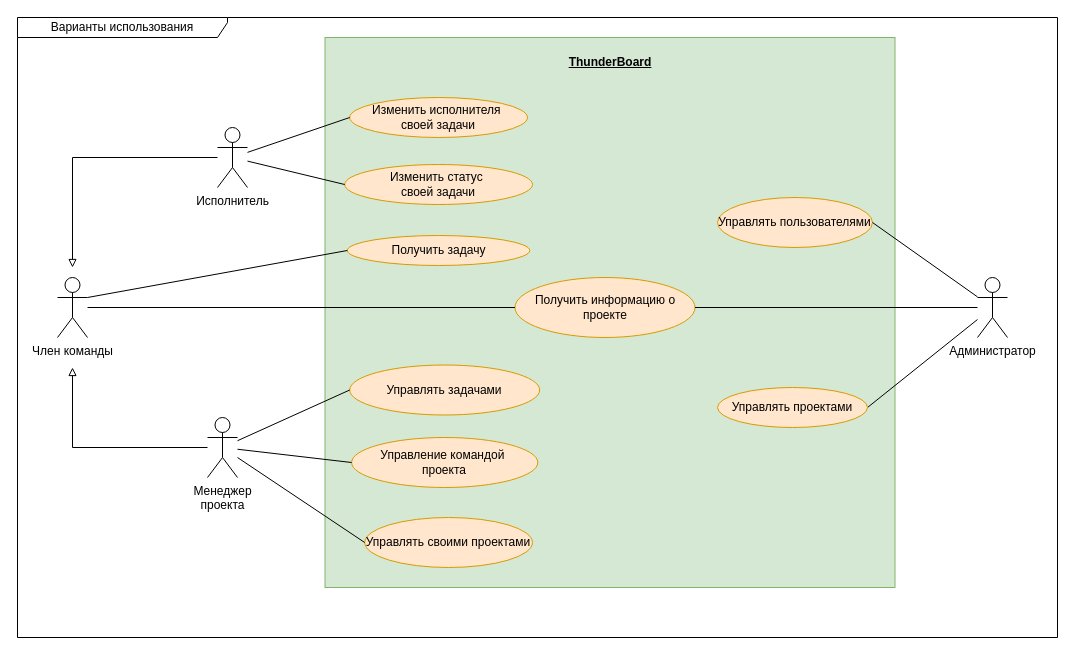
This is docs/raw_diagrams/use_case.drawio from aVorotnikov/thunder_board, a draw.io file, before an edit. Source tidied: cells renumbered, new cells numbered last; positions are measured from the earlier drawing's top-left corner, leaving out a move shared by most shapes. Both pictures are drawn from the tidied source at 100%, with x=0, y=0 at pixel (17, 17).
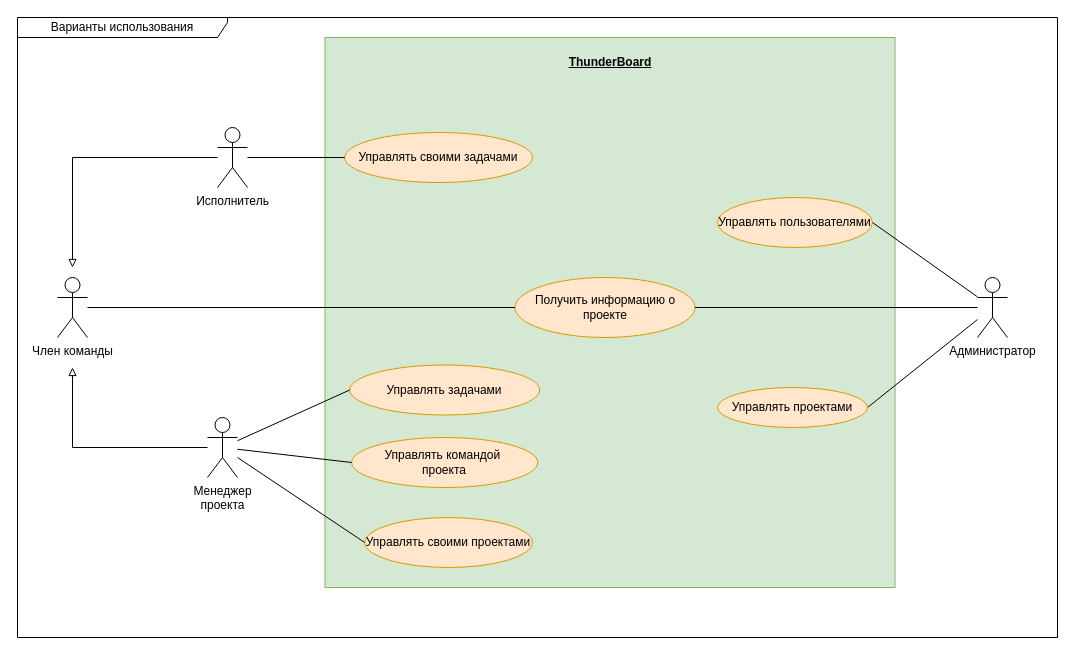
The same page after the edit.

The change refers to these unchanged cells:
```xml
<mxCell id="3" value="&lt;div&gt;Член команды&lt;br&gt;&lt;/div&gt;" style="shape=umlActor;verticalLabelPosition=bottom;verticalAlign=top;html=1;outlineConnect=0;" parent="1" vertex="1">
  <mxGeometry x="40" y="260" width="30" height="60" as="geometry" />
</mxCell>
<mxCell id="4" value="Исполнитель" style="shape=umlActor;verticalLabelPosition=bottom;verticalAlign=top;html=1;outlineConnect=0;" parent="1" vertex="1">
  <mxGeometry x="200" y="110" width="30" height="60" as="geometry" />
</mxCell>
```

The edit, as a diff of the source:
```diff
@@
-    <mxCell id="13" value="&lt;div&gt;Управление командой&amp;nbsp;&lt;/div&gt;&lt;div&gt;проекта&lt;/div&gt;" style="ellipse;whiteSpace=wrap;html=1;fillColor=#ffe6cc;strokeColor=#d79b00;" parent="1" vertex="1">
+    <mxCell id="13" value="&lt;div&gt;Управлять командой&amp;nbsp;&lt;/div&gt;&lt;div&gt;проекта&lt;/div&gt;" style="ellipse;whiteSpace=wrap;html=1;fillColor=#ffe6cc;strokeColor=#d79b00;" parent="1" vertex="1">
       <mxGeometry x="334.1" y="420" width="186.2" height="50" as="geometry" />
     </mxCell>
@@
-    <mxCell id="18" value="Получить задачу" style="ellipse;whiteSpace=wrap;html=1;fillColor=#ffe6cc;strokeColor=#d79b00;" parent="1" vertex="1">
-      <mxGeometry x="329.8" y="218" width="182.5" height="30" as="geometry" />
-    </mxCell>
-    <mxCell id="19" style="endArrow=none;html=1;rounded=0;entryX=0;entryY=0.5;entryDx=0;entryDy=0;exitX=1;exitY=0.3333333333333333;exitDx=0;exitDy=0;exitPerimeter=0;" parent="1" edge="1" source="3" target="18">
-      <mxGeometry relative="1" as="geometry" />
-    </mxCell>
-    <mxCell id="20" value="&lt;div&gt;Изменить статус&amp;nbsp;&lt;/div&gt;&lt;div&gt;своей задачи&lt;/div&gt;" style="ellipse;whiteSpace=wrap;html=1;fillColor=#ffe6cc;strokeColor=#d79b00;" parent="1" vertex="1">
-      <mxGeometry x="327.2" y="147" width="187.8" height="40" as="geometry" />
-    </mxCell>
-    <mxCell id="21" style="endArrow=none;html=1;rounded=0;entryX=0;entryY=0.5;entryDx=0;entryDy=0;" parent="1" edge="1" source="4" target="20">
-      <mxGeometry relative="1" as="geometry" />
-    </mxCell>
@@
-    <mxCell id="27" value="&lt;div&gt;Изменить исполнителя&amp;nbsp;&lt;/div&gt;&lt;div&gt;своей задачи&lt;/div&gt;" style="ellipse;whiteSpace=wrap;html=1;fillColor=#ffe6cc;strokeColor=#d79b00;" parent="1" vertex="1">
-      <mxGeometry x="332.2" y="80" width="177.8" height="40" as="geometry" />
+    <mxCell id="27" value="Управлять своими задачами" style="ellipse;whiteSpace=wrap;html=1;fillColor=#ffe6cc;strokeColor=#d79b00;" parent="1" vertex="1">
+      <mxGeometry x="327.2" y="115" width="187.8" height="50" as="geometry" />
     </mxCell>
```
